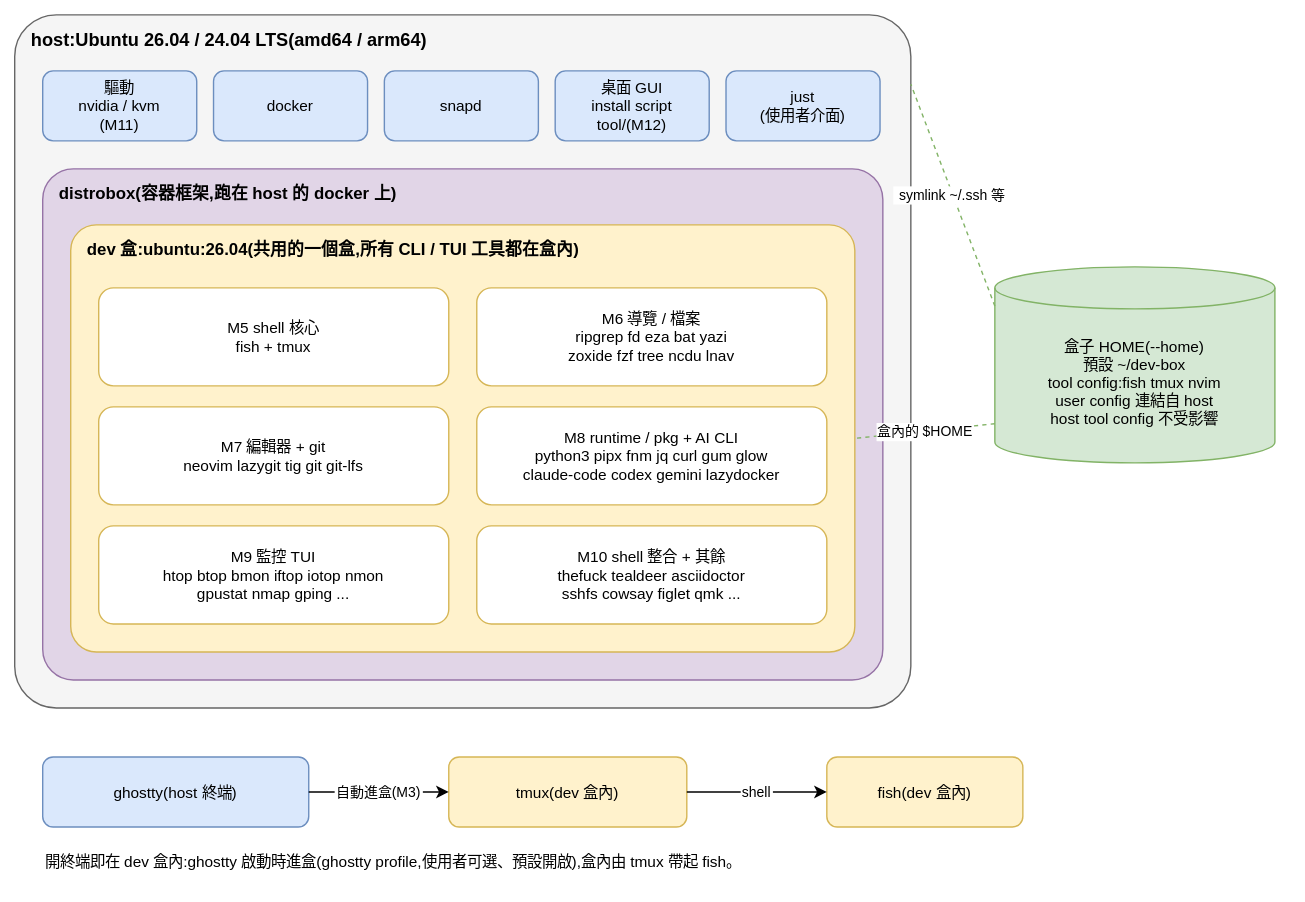
Above: doc/diagram/architecture.drawio.svg in ycpss91255/worktool (draw.io), before the change. Source tidied: cells renumbered, new cells last; positions are measured from the earlier drawing's top-left corner, leaving out a move shared by most shapes.
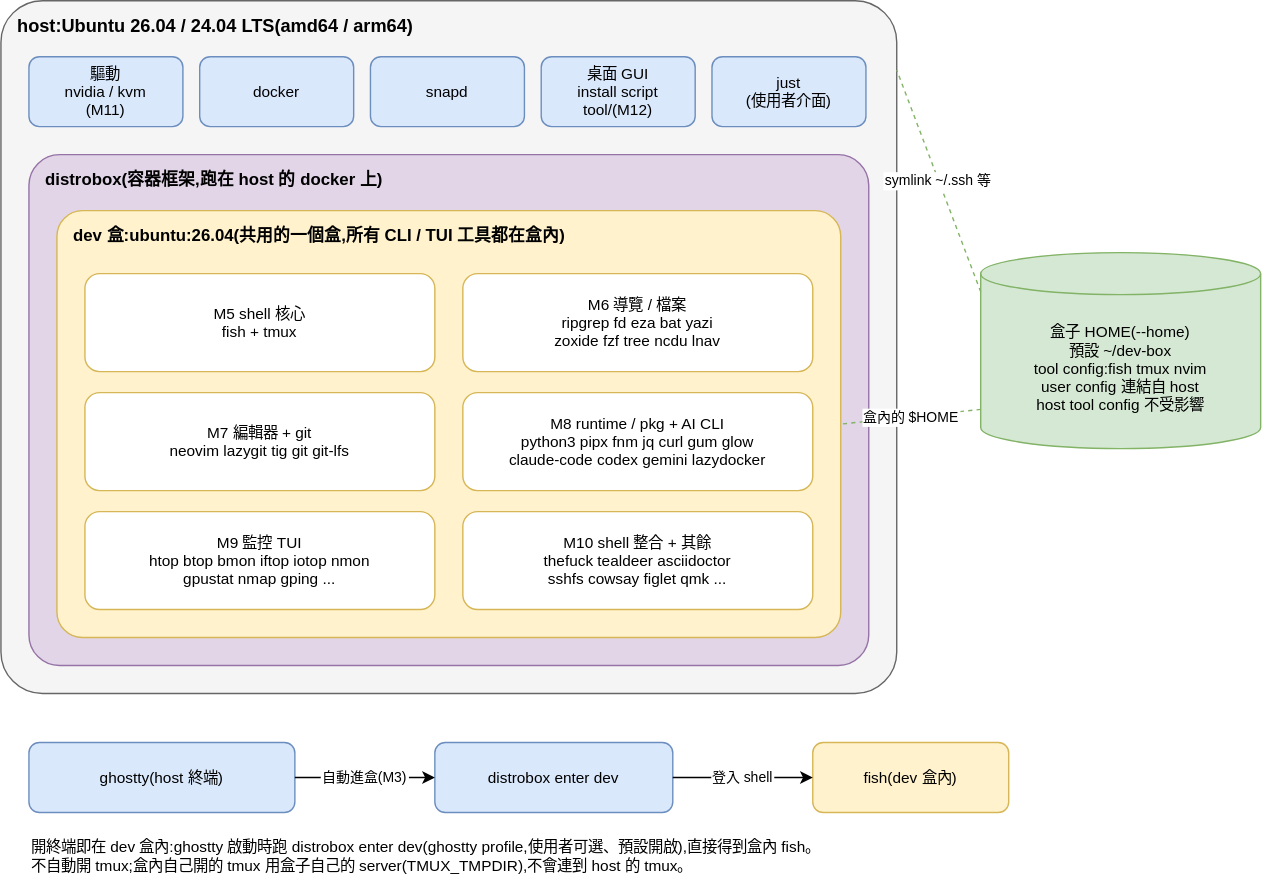
Later version of the same file.

Commit message:
docs: the terminal enters the box without tmux; the box owns its tmux server (#179)

The edit, as a diff of the source:
```diff
@@ -56,20 +56,20 @@
     <mxCell id="19" value="ghostty(host 終端)" style="rounded=1;fillColor=#dae8fc;strokeColor=#6c8ebf;fontSize=11;" parent="1" vertex="1">
       <mxGeometry x="20" y="530" width="190" height="50" as="geometry" />
     </mxCell>
-    <mxCell id="20" value="tmux(dev 盒內)" style="rounded=1;fillColor=#fff2cc;strokeColor=#d6b656;fontSize=11;" parent="1" vertex="1">
-      <mxGeometry x="310" y="530" width="170" height="50" as="geometry" />
-    </mxCell>
+    <mxCell id="25" value="distrobox enter dev" style="rounded=1;fillColor=#dae8fc;strokeColor=#6c8ebf;fontSize=11;" parent="1" vertex="1">
+      <mxGeometry x="310" y="530" width="170" height="50" as="geometry" />
+    </mxCell>
     <mxCell id="21" value="fish(dev 盒內)" style="rounded=1;fillColor=#fff2cc;strokeColor=#d6b656;fontSize=11;" parent="1" vertex="1">
       <mxGeometry x="580" y="530" width="140" height="50" as="geometry" />
     </mxCell>
-    <mxCell id="22" value="自動進盒(M3)" style="endArrow=classic;fontSize=10;" parent="1" edge="1" source="19" target="20">
+    <mxCell id="22" value="自動進盒(M3)" style="endArrow=classic;fontSize=10;" parent="1" edge="1" source="19" target="25">
       <mxGeometry relative="1" as="geometry" />
     </mxCell>
-    <mxCell id="23" value="shell" style="endArrow=classic;fontSize=10;" parent="1" edge="1" source="20" target="21">
+    <mxCell id="23" value="登入 shell" style="endArrow=classic;fontSize=10;" parent="1" edge="1" source="25" target="21">
       <mxGeometry relative="1" as="geometry" />
     </mxCell>
-    <mxCell id="24" value="開終端即在 dev 盒內:ghostty 啟動時進盒(ghostty profile,使用者可選、預設開啟),盒內由 tmux 帶起 fish。" style="text;align=left;verticalAlign=top;fontSize=11;" parent="1" vertex="1">
-      <mxGeometry x="20" y="592" width="700" height="20" as="geometry" />
+    <mxCell id="24" value="開終端即在 dev 盒內:ghostty 啟動時跑 distrobox enter dev(ghostty profile,使用者可選、預設開啟),直接得到盒內 fish。&#10;不自動開 tmux;盒內自己開的 tmux 用盒子自己的 server(TMUX_TMPDIR),不會連到 host 的 tmux。" style="text;align=left;verticalAlign=top;fontSize=11;" parent="1" vertex="1">
+      <mxGeometry x="20" y="592" width="700" height="34" as="geometry" />
     </mxCell>
   </root>
 </mxGraphModel>
```
